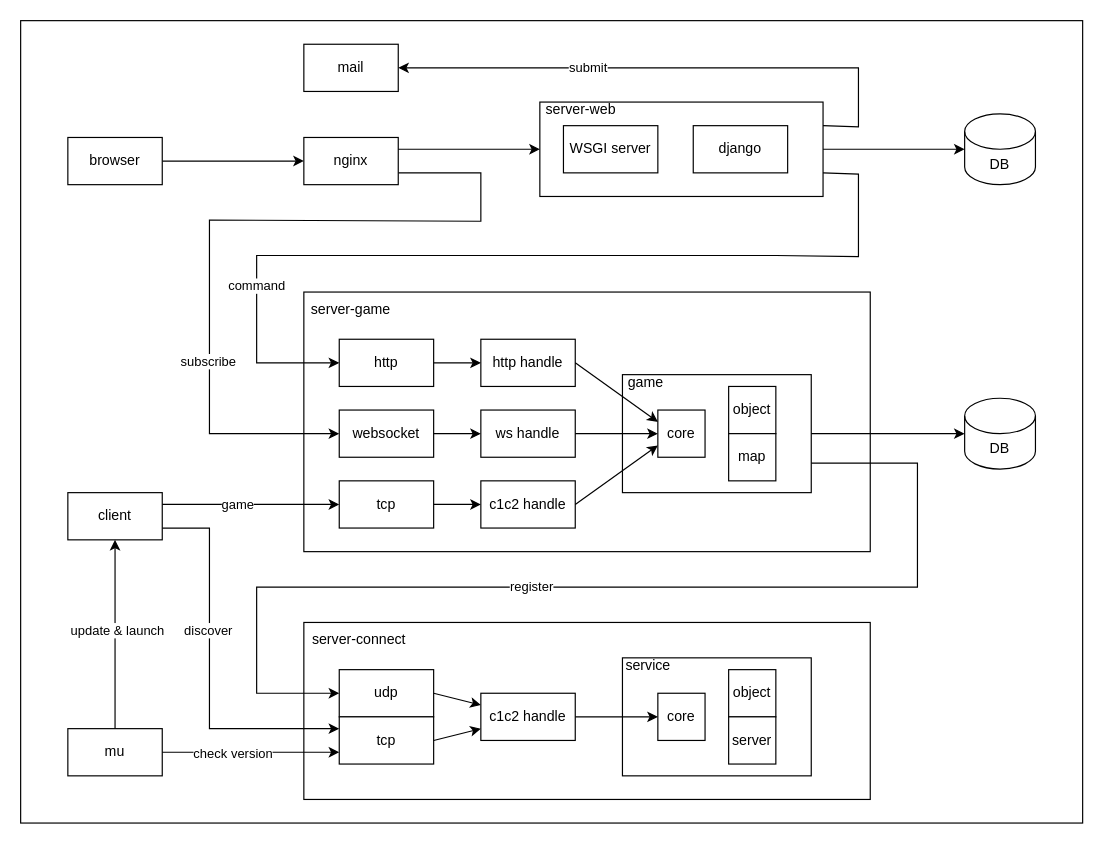
Before: docs/system.drawio in xujintao/balgass, a draw.io diagram. Source tidied: cells renumbered, new cells numbered last; positions are measured from the earlier drawing's top-left corner, leaving out a move shared by most shapes. Both pictures are drawn from the tidied source at 118%, with x=0, y=0 at pixel (20, 20).
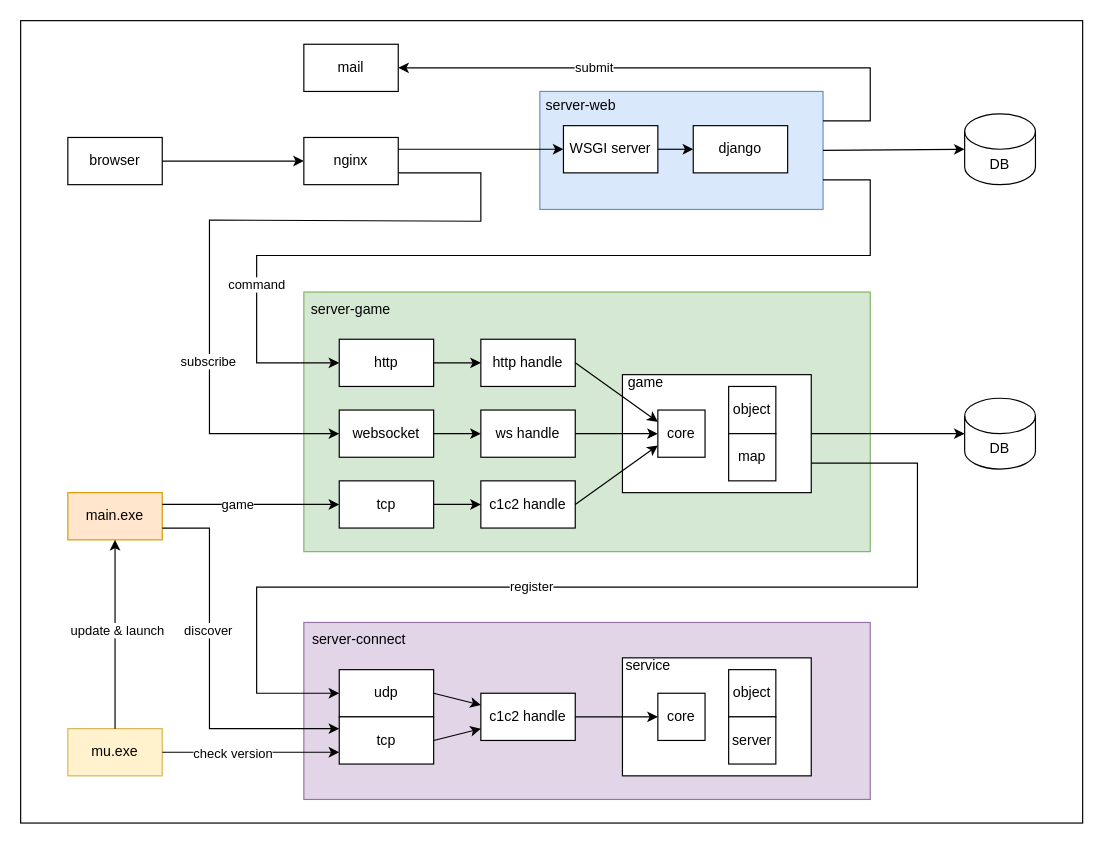
The same page after the edit.

Commit message (it also covers changes not shown here):
docs/chore: update system diagram

Unchanged cells that the change refers to:
```xml
<mxCell id="9" value="http" style="rounded=0;whiteSpace=wrap;html=1;" parent="1" vertex="1">
  <mxGeometry x="270" y="270" width="80" height="40" as="geometry" />
</mxCell>
<mxCell id="34" value="nginx" style="rounded=0;whiteSpace=wrap;html=1;" parent="1" vertex="1">
  <mxGeometry x="240" y="99" width="80" height="40" as="geometry" />
</mxCell>
<mxCell id="60" value="mail" style="rounded=0;whiteSpace=wrap;html=1;" parent="1" vertex="1">
  <mxGeometry x="240" y="20" width="80" height="40" as="geometry" />
</mxCell>
<mxCell id="64" value="WSGI server" style="rounded=0;whiteSpace=wrap;html=1;" parent="1" vertex="1">
  <mxGeometry x="460" y="89" width="80" height="40" as="geometry" />
</mxCell>
<mxCell id="65" value="django" style="rounded=0;whiteSpace=wrap;html=1;" parent="1" vertex="1">
  <mxGeometry x="570" y="89" width="80" height="40" as="geometry" />
</mxCell>
```

What changed in the source:
```diff
@@
-    <mxCell id="3" style="rounded=0;whiteSpace=wrap;html=1;" parent="1" vertex="1">
+    <mxCell id="3" style="rounded=0;whiteSpace=wrap;html=1;fillColor=#d5e8d4;strokeColor=#82b366;" parent="1" vertex="1">
       <mxGeometry x="240" y="230" width="480" height="220" as="geometry" />
     </mxCell>
@@
-    <mxCell id="17" style="rounded=0;whiteSpace=wrap;html=1;" parent="1" vertex="1">
-      <mxGeometry x="440" y="69" width="240" height="80" as="geometry" />
+    <mxCell id="17" style="rounded=0;whiteSpace=wrap;html=1;fillColor=#dae8fc;strokeColor=#6c8ebf;" parent="1" vertex="1">
+      <mxGeometry x="440" y="60" width="240" height="100" as="geometry" />
     </mxCell>
@@
-    <mxCell id="21" value="client" style="rounded=0;whiteSpace=wrap;html=1;" parent="1" vertex="1">
+    <mxCell id="21" value="main.exe" style="rounded=0;whiteSpace=wrap;html=1;fillColor=#ffe6cc;strokeColor=#d79b00;" parent="1" vertex="1">
       <mxGeometry x="40" y="400" width="80" height="40" as="geometry" />
     </mxCell>
@@
     <mxCell id="25" style="endArrow=classic;html=1;rounded=0;exitX=1;exitY=0.75;exitDx=0;exitDy=0;entryX=0;entryY=0.5;entryDx=0;entryDy=0;" parent="1" edge="1" source="17" target="9">
       <mxGeometry relative="1" as="geometry">
         <Array as="points">
-          <mxPoint x="710" y="130" />
-          <mxPoint x="710" y="200" />
+          <mxPoint x="720" y="135" />
+          <mxPoint x="720" y="199" />
           <mxPoint x="640" y="199" />
           <mxPoint x="200" y="199" />
           <mxPoint x="200" y="290" />
         </Array>
       </mxGeometry>
     </mxCell>
@@
-    <mxCell id="35" style="endArrow=classic;html=1;rounded=0;exitX=1;exitY=0.25;exitDx=0;exitDy=0;entryX=0;entryY=0.5;entryDx=0;entryDy=0;" parent="1" edge="1" source="34" target="17">
+    <mxCell id="35" style="endArrow=classic;html=1;rounded=0;exitX=1;exitY=0.25;exitDx=0;exitDy=0;entryX=0;entryY=0.5;entryDx=0;entryDy=0;" parent="1" edge="1" source="34" target="64">
       <mxGeometry relative="1" as="geometry" />
     </mxCell>
@@
-    <mxCell id="37" value="mu" style="rounded=0;whiteSpace=wrap;html=1;" parent="1" vertex="1">
+    <mxCell id="37" value="mu.exe" style="rounded=0;whiteSpace=wrap;html=1;fillColor=#fff2cc;strokeColor=#d6b656;" parent="1" vertex="1">
       <mxGeometry x="40" y="600" width="80" height="40" as="geometry" />
     </mxCell>
-    <mxCell id="38" style="rounded=0;whiteSpace=wrap;html=1;" parent="1" vertex="1">
+    <mxCell id="38" style="rounded=0;whiteSpace=wrap;html=1;fillColor=#e1d5e7;strokeColor=#9673a6;" parent="1" vertex="1">
       <mxGeometry x="240" y="510" width="480" height="150" as="geometry" />
     </mxCell>
@@
     <mxCell id="61" style="endArrow=classic;html=1;rounded=0;entryX=1;entryY=0.5;entryDx=0;entryDy=0;exitX=1;exitY=0.25;exitDx=0;exitDy=0;" parent="1" edge="1" source="17" target="60">
       <mxGeometry relative="1" as="geometry">
         <Array as="points">
-          <mxPoint x="710" y="90" />
-          <mxPoint x="710" y="40" />
+          <mxPoint x="720" y="85" />
+          <mxPoint x="720" y="40" />
         </Array>
       </mxGeometry>
     </mxCell>
@@
     <mxCell id="63" value="server-web" style="text;html=1;align=center;verticalAlign=middle;whiteSpace=wrap;rounded=0;" parent="1" vertex="1">
-      <mxGeometry x="436" y="61" width="78" height="30" as="geometry" />
+      <mxGeometry x="436" y="57" width="78" height="30" as="geometry" />
     </mxCell>
@@
+    <mxCell id="66" style="endArrow=classic;html=1;rounded=0;entryX=0;entryY=0.5;entryDx=0;entryDy=0;exitX=1;exitY=0.5;exitDx=0;exitDy=0;" parent="1" edge="1" source="64" target="65">
+      <mxGeometry relative="1" as="geometry" />
+    </mxCell>
```
